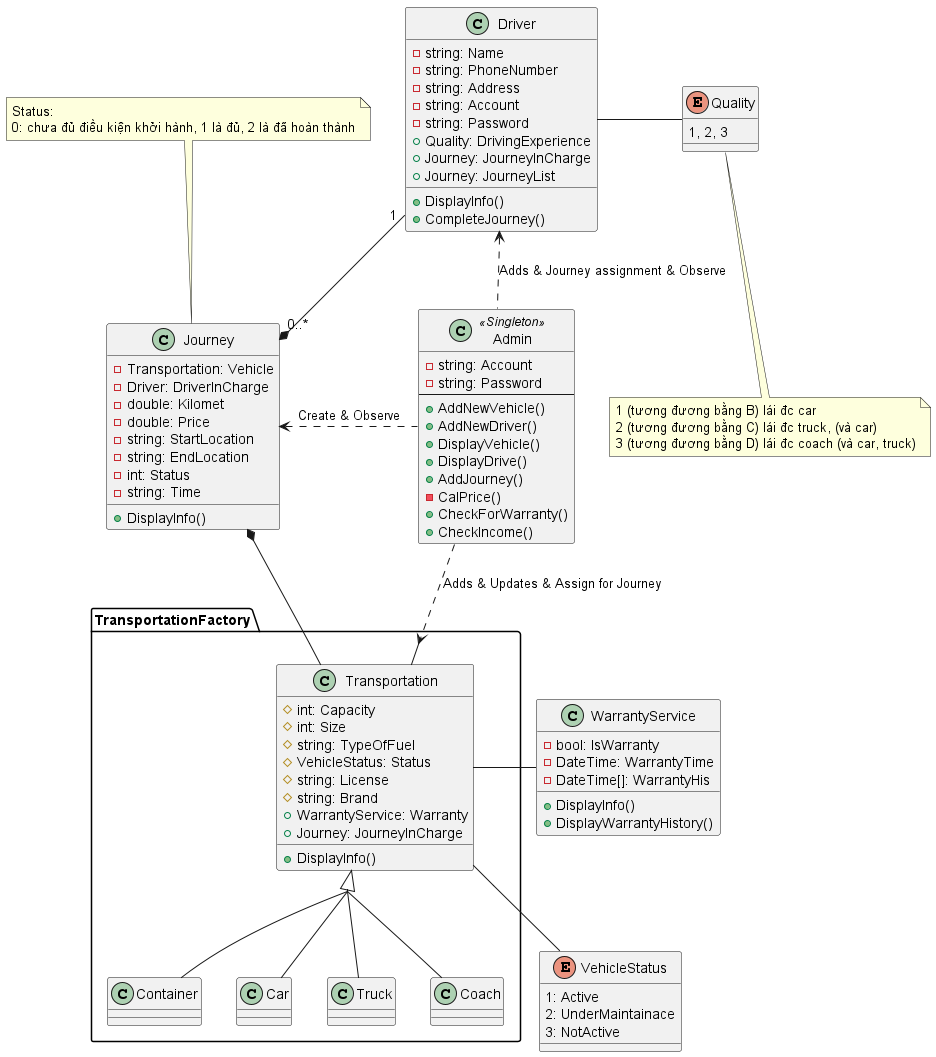
Before: out/Diagram/BTL-LTNC/quan_ly_xe.png, a diagram exported from PlantUML (SirGreen/BTL-LTNC).
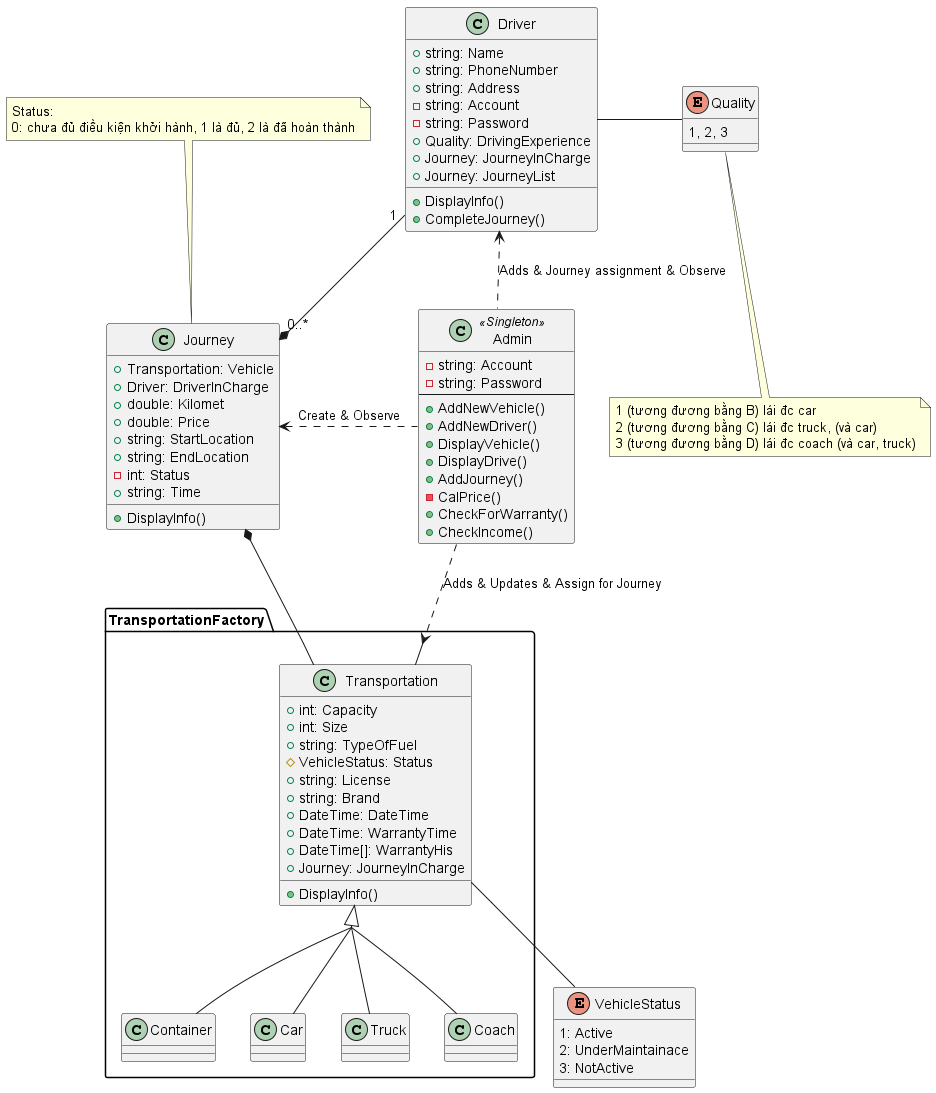
The same file after the commit.

Change to the diagram source:
```diff
@@ -4,13 +4,15 @@
 package TransportationFactory <<Folder>>{
 
     class Transportation{
-        # int: Capacity
-        # int: Size
-        # string: TypeOfFuel
+        + int: Capacity
+        + int: Size
+        + string: TypeOfFuel
         # VehicleStatus: Status
-        # string: License
-        # string: Brand
-        + WarrantyService: Warranty
+        + string: License
+        + string: Brand
+        + DateTime: DateTime
+        + DateTime: WarrantyTime
+        + DateTime[]: WarrantyHis
         + Journey: JourneyInCharge
         + DisplayInfo()
     }
@@ -28,24 +30,15 @@
     }
 }
 
-class WarrantyService{
-    - bool: IsWarranty
-    - DateTime: WarrantyTime
-    - DateTime[]: WarrantyHis
-    + DisplayInfo()
-    + DisplayWarrantyHistory()
-}
-
-
 enum VehicleStatus{
     1: Active
     2: UnderMaintainace
     3: NotActive
 }
 class Driver{
-    - string: Name
-    - string: PhoneNumber
-    - string: Address
+    + string: Name
+    + string: PhoneNumber
+    + string: Address
     - string: Account
     - string: Password
     + Quality: DrivingExperience
@@ -56,14 +49,14 @@
 }
 
 class Journey{
-    - Transportation: Vehicle
-    - Driver: DriverInCharge
-    - double: Kilomet
-    - double: Price
-    - string: StartLocation
-    - string: EndLocation
+    + Transportation: Vehicle
+    + Driver: DriverInCharge
+    + double: Kilomet
+    + double: Price
+    + string: StartLocation
+    + string: EndLocation
     - int: Status
-    - string: Time
+    + string: Time
     + DisplayInfo()
 }
 
@@ -100,7 +93,6 @@
 Transportation <|-- Car
 Transportation <|-- Coach
 Transportation <|-- Container
-Transportation -right- WarrantyService
 Driver -right- Quality
 Driver "1"-down-* "0..*"Journey
 VehicleStatus -up- Transportation
```
